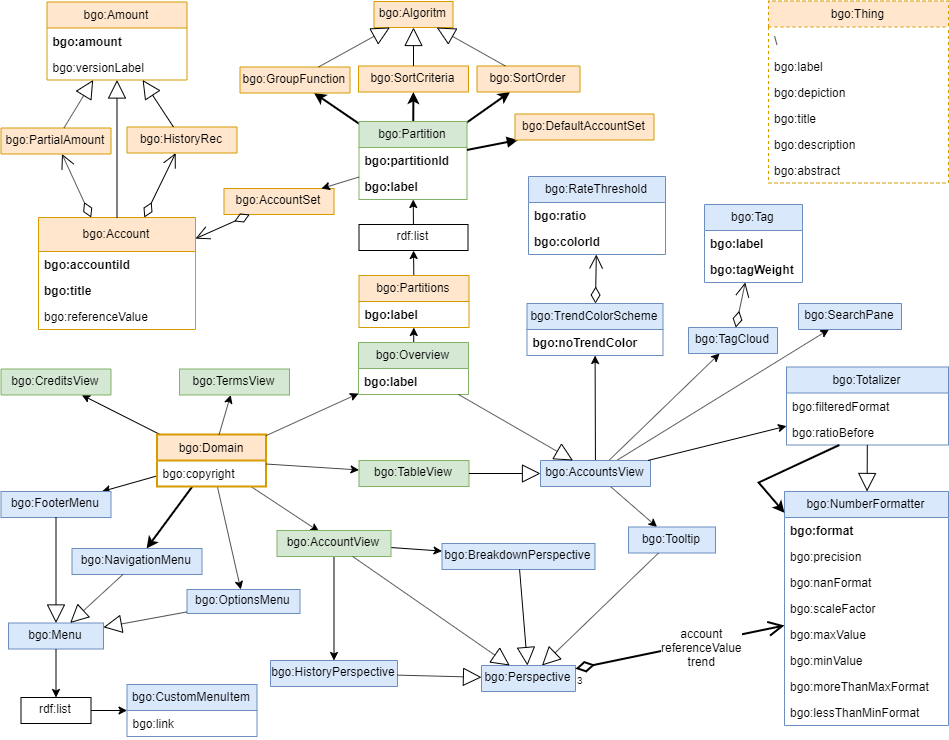
The draw.io diagram v1/bgo/doc/uml-diagram.png in linkeddatacenter/LODMAP-ontologies, before a commit. Source tidied: cells renumbered, new cells last; positions are measured from the earlier drawing's top-left corner, leaving out a move shared by most shapes.
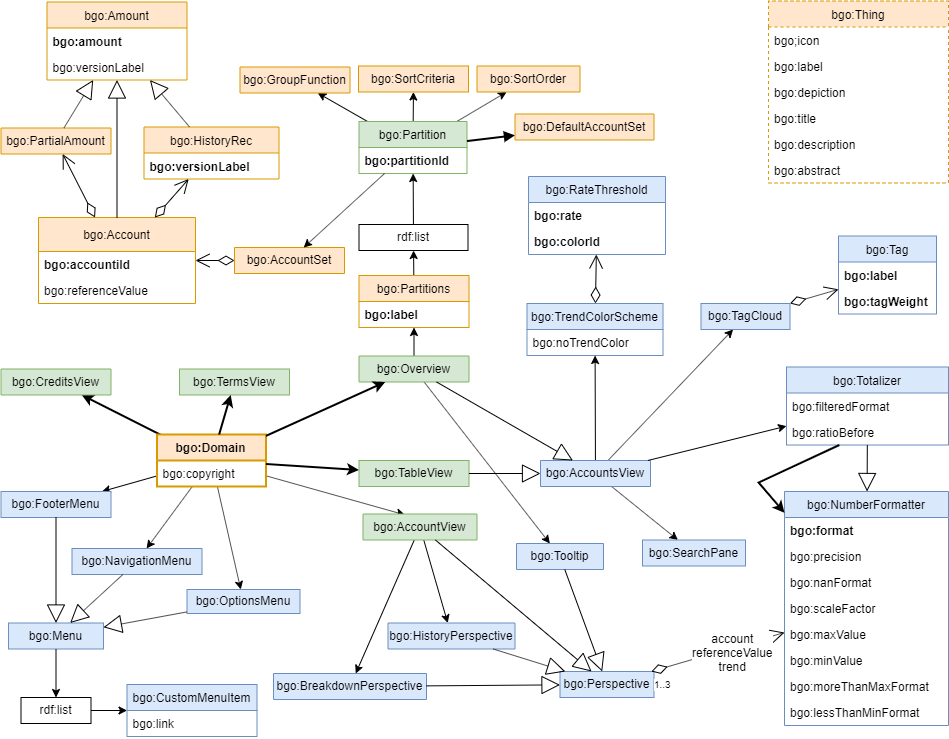
Later version of the same file.

The edit, as a diff of the source:
```diff
@@ -17,9 +17,12 @@
     <mxCell id="6" value="bgo:versionLabel" style="text;strokeColor=none;fillColor=none;align=left;verticalAlign=top;spacingLeft=4;spacingRight=4;overflow=hidden;fontStyle=0;" parent="4" vertex="1">
       <mxGeometry y="52" width="140" height="26" as="geometry" />
     </mxCell>
-    <mxCell id="7" value="bgo:HistoryRec" style="swimlane;fontStyle=0;horizontal=1;startSize=26;fillColor=#ffe6cc;swimlaneFillColor=#ffffff;strokeColor=#d79b00;" parent="1" vertex="1" collapsed="1">
-      <mxGeometry x="126.5" y="126.5" width="110" height="26" as="geometry" />
+    <mxCell id="7" value="bgo:HistoryRec" style="swimlane;fontStyle=0;horizontal=1;startSize=26;fillColor=#ffe6cc;swimlaneFillColor=#ffffff;strokeColor=#d79b00;" parent="1" vertex="1">
+      <mxGeometry x="143.5" y="126.5" width="135" height="52" as="geometry" />
     </mxCell>
+    <mxCell id="138" value="bgo:versionLabel" style="text;strokeColor=none;fillColor=none;align=left;verticalAlign=top;spacingLeft=4;spacingRight=4;overflow=hidden;fontStyle=1;" parent="7" vertex="1">
+      <mxGeometry y="26" width="135" height="26" as="geometry" />
+    </mxCell>
     <mxCell id="8" value="bgo:PartialAmount" style="swimlane;fontStyle=0;horizontal=1;startSize=26;fillColor=#ffe6cc;swimlaneFillColor=#ffffff;strokeColor=#d79b00;" parent="1" vertex="1" collapsed="1">
       <mxGeometry x="0.5" y="127.5" width="110" height="26" as="geometry" />
     </mxCell>
@@ -30,16 +33,13 @@
       <mxGeometry relative="1" as="geometry" />
     </mxCell>
     <mxCell id="11" value="bgo:Account" style="swimlane;fontStyle=0;horizontal=1;startSize=34;fillColor=#ffe6cc;swimlaneFillColor=#ffffff;strokeColor=#d79b00;" parent="1" vertex="1">
-      <mxGeometry x="38" y="217" width="157" height="112" as="geometry" />
+      <mxGeometry x="38" y="217" width="157" height="86" as="geometry" />
     </mxCell>
     <mxCell id="12" value="bgo:accountiId" style="text;strokeColor=none;fillColor=none;align=left;verticalAlign=top;spacingLeft=4;spacingRight=4;overflow=hidden;fontStyle=1;" parent="11" vertex="1">
       <mxGeometry y="34" width="157" height="26" as="geometry" />
     </mxCell>
-    <mxCell id="13" value="bgo:title" style="text;strokeColor=none;fillColor=none;align=left;verticalAlign=top;spacingLeft=4;spacingRight=4;overflow=hidden;dashed=1;fontStyle=1;" parent="11" vertex="1">
-      <mxGeometry y="60" width="157" height="26" as="geometry" />
-    </mxCell>
     <mxCell id="14" value="bgo:referenceValue" style="text;strokeColor=none;fillColor=none;align=left;verticalAlign=top;spacingLeft=4;spacingRight=4;overflow=hidden;" parent="11" vertex="1">
-      <mxGeometry y="86" width="157" height="26" as="geometry" />
+      <mxGeometry y="60" width="157" height="26" as="geometry" />
     </mxCell>
     <mxCell id="15" style="endArrow=block;endSize=16;endFill=0;html=1;" parent="1" edge="1" source="11" target="4">
       <mxGeometry x="-0.05" y="-7" relative="1" as="geometry" />
@@ -47,7 +47,7 @@
     <mxCell id="16" value="bgo:Thing" style="swimlane;fontStyle=0;horizontal=1;startSize=26;fillColor=#ffe6cc;swimlaneFillColor=#ffffff;strokeColor=#d79b00;dashed=1;" parent="1" vertex="1">
       <mxGeometry x="768" y="0.5" width="180" height="182" as="geometry" />
     </mxCell>
-    <mxCell id="17" value="\" style="text;strokeColor=none;fillColor=none;align=left;verticalAlign=top;spacingLeft=4;spacingRight=4;overflow=hidden;dashed=1;" parent="16" vertex="1">
+    <mxCell id="17" value="bgo;icon" style="text;strokeColor=none;fillColor=none;align=left;verticalAlign=top;spacingLeft=4;spacingRight=4;overflow=hidden;dashed=1;" parent="16" vertex="1">
       <mxGeometry y="26" width="180" height="26" as="geometry" />
     </mxCell>
     <mxCell id="18" value="bgo:label" style="text;strokeColor=none;fillColor=none;align=left;verticalAlign=top;spacingLeft=4;spacingRight=4;overflow=hidden;dashed=1;fontStyle=0;" parent="16" vertex="1">
@@ -76,13 +76,13 @@
     <mxCell id="25" style="html=1;align=right;verticalAlign=top;labelBackgroundColor=#ffffff;fontSize=10;" parent="23" vertex="1">
       <mxGeometry x="1" relative="1" as="geometry" />
     </mxCell>
-    <mxCell id="26" style="edgeStyle=none;rounded=0;jettySize=auto;html=1;strokeWidth=1;" parent="1" edge="1" source="32" target="62">
+    <mxCell id="26" style="edgeStyle=none;rounded=0;jettySize=auto;html=1;strokeWidth=2;" parent="1" edge="1" source="32" target="62">
       <mxGeometry relative="1" as="geometry" />
     </mxCell>
     <mxCell id="27" style="edgeStyle=none;rounded=0;jettySize=auto;html=1;" parent="1" edge="1" source="32" target="65">
       <mxGeometry relative="1" as="geometry" />
     </mxCell>
-    <mxCell id="28" style="edgeStyle=none;rounded=0;jettySize=auto;html=1;strokeWidth=2;" parent="1" edge="1" source="32" target="64">
+    <mxCell id="28" style="edgeStyle=none;rounded=0;jettySize=auto;html=1;strokeWidth=1;" parent="1" edge="1" source="32" target="64">
       <mxGeometry relative="1" as="geometry" />
     </mxCell>
     <mxCell id="29" style="edgeStyle=none;rounded=0;jettySize=auto;html=1;" parent="1" edge="1" source="32" target="66">
@@ -91,17 +91,17 @@
     <mxCell id="30" style="edgeStyle=none;rounded=0;jettySize=auto;html=1;strokeWidth=1;entryX=0.368;entryY=0.034;entryDx=0;entryDy=0;entryPerimeter=0;" parent="1" edge="1" source="32" target="107">
       <mxGeometry relative="1" as="geometry" />
     </mxCell>
-    <mxCell id="31" style="edgeStyle=none;rounded=0;jettySize=auto;html=1;strokeWidth=1;" parent="1" edge="1" source="60" target="110">
+    <mxCell id="31" style="edgeStyle=none;rounded=0;jettySize=auto;html=1;strokeWidth=1;" parent="1" edge="1" source="57" target="110">
       <mxGeometry relative="1" as="geometry" />
     </mxCell>
-    <mxCell id="32" value="bgo:Domain" style="swimlane;fontStyle=0;horizontal=1;startSize=26;fillColor=#ffe6cc;swimlaneFillColor=#ffffff;strokeColor=#d79b00;strokeWidth=2;" parent="1" vertex="1">
+    <mxCell id="32" value="bgo:Domain" style="swimlane;fontStyle=1;horizontal=1;startSize=26;fillColor=#ffe6cc;swimlaneFillColor=#ffffff;strokeColor=#d79b00;strokeWidth=2;" parent="1" vertex="1">
       <mxGeometry x="156.5" y="434" width="109" height="52" as="geometry" />
     </mxCell>
     <mxCell id="33" value="bgo:copyright" style="text;strokeColor=none;fillColor=none;align=left;verticalAlign=top;spacingLeft=4;spacingRight=4;overflow=hidden;" parent="32" vertex="1">
       <mxGeometry y="26" width="109" height="26" as="geometry" />
     </mxCell>
     <mxCell id="34" value="bgo:AccountSet" style="swimlane;fontStyle=0;horizontal=1;startSize=26;fillColor=#ffe6cc;swimlaneFillColor=#ffffff;strokeColor=#d79b00;" parent="1" vertex="1" collapsed="1">
-      <mxGeometry x="223.5" y="188" width="110" height="26" as="geometry" />
+      <mxGeometry x="234" y="247" width="110" height="26" as="geometry" />
     </mxCell>
     <mxCell id="35" style="endArrow=open;html=1;endSize=12;startArrow=diamondThin;startSize=14;startFill=0;" parent="1" edge="1" source="34" target="11">
       <mxGeometry relative="1" as="geometry" />
@@ -114,24 +114,21 @@
     <mxCell id="37" style="html=1;align=right;verticalAlign=top;labelBackgroundColor=#ffffff;fontSize=10;" parent="35" vertex="1">
       <mxGeometry x="1" relative="1" as="geometry" />
     </mxCell>
-    <mxCell id="38" style="edgeStyle=none;rounded=0;jettySize=auto;html=1;strokeWidth=2;" parent="1" edge="1" source="41" target="48">
+    <mxCell id="38" style="edgeStyle=none;rounded=0;jettySize=auto;html=1;strokeWidth=1;" parent="1" edge="1" source="41" target="48">
       <mxGeometry relative="1" as="geometry" />
     </mxCell>
-    <mxCell id="39" style="edgeStyle=none;rounded=0;jettySize=auto;html=1;strokeWidth=2;" parent="1" edge="1" source="41" target="47">
+    <mxCell id="39" style="edgeStyle=none;rounded=0;jettySize=auto;html=1;strokeWidth=1;" parent="1" edge="1" source="41" target="47">
       <mxGeometry relative="1" as="geometry" />
     </mxCell>
-    <mxCell id="40" style="edgeStyle=none;rounded=0;jettySize=auto;html=1;strokeWidth=2;" parent="1" edge="1" source="41" target="46">
+    <mxCell id="40" style="edgeStyle=none;rounded=0;jettySize=auto;html=1;strokeWidth=1;" parent="1" edge="1" source="41" target="46">
       <mxGeometry relative="1" as="geometry" />
     </mxCell>
     <mxCell id="41" value="bgo:Partition" style="swimlane;fontStyle=0;horizontal=1;startSize=26;fillColor=#d5e8d4;swimlaneFillColor=#ffffff;strokeColor=#82b366;" parent="1" vertex="1">
-      <mxGeometry x="358.5" y="121" width="108" height="78" as="geometry" />
+      <mxGeometry x="358.5" y="121" width="108" height="52" as="geometry" />
     </mxCell>
     <mxCell id="42" value="bgo:partitionId" style="text;strokeColor=none;fillColor=none;align=left;verticalAlign=top;spacingLeft=4;spacingRight=4;overflow=hidden;fontStyle=1;" parent="41" vertex="1">
       <mxGeometry y="26" width="108" height="26" as="geometry" />
     </mxCell>
-    <mxCell id="43" value="bgo:label" style="text;strokeColor=none;fillColor=none;align=left;verticalAlign=top;spacingLeft=4;spacingRight=4;overflow=hidden;dashed=1;fontStyle=1;" parent="41" vertex="1">
-      <mxGeometry y="52" width="108" height="26" as="geometry" />
-    </mxCell>
     <mxCell id="44" style="endArrow=block;endFill=1;html=1;align=left;verticalAlign=top;strokeWidth=2;" parent="1" edge="1" source="41" target="53">
       <mxGeometry x="-0.7" y="-4" relative="1" as="geometry" />
     </mxCell>
@@ -147,18 +144,6 @@
     <mxCell id="48" value="bgo:SortOrder" style="swimlane;fontStyle=0;horizontal=1;startSize=26;fillColor=#ffe6cc;swimlaneFillColor=#ffffff;strokeColor=#d79b00;" parent="1" vertex="1" collapsed="1">
       <mxGeometry x="476.5" y="65.5" width="103" height="26" as="geometry" />
     </mxCell>
-    <mxCell id="49" value="bgo:Algoritm" style="swimlane;fontStyle=0;horizontal=1;startSize=26;fillColor=#ffe6cc;swimlaneFillColor=#ffffff;strokeColor=#d79b00;" parent="1" vertex="1" collapsed="1">
-      <mxGeometry x="373.5" y="1" width="79" height="26" as="geometry" />
-    </mxCell>
-    <mxCell id="50" style="endArrow=block;endSize=16;endFill=0;html=1;" parent="1" edge="1" source="46" target="49">
-      <mxGeometry relative="1" as="geometry" />
-    </mxCell>
-    <mxCell id="51" style="endArrow=block;endSize=16;endFill=0;html=1;" parent="1" edge="1" source="47" target="49">
-      <mxGeometry relative="1" as="geometry" />
-    </mxCell>
-    <mxCell id="52" style="endArrow=block;endSize=16;endFill=0;html=1;" parent="1" edge="1" source="48" target="49">
-      <mxGeometry relative="1" as="geometry" />
-    </mxCell>
     <mxCell id="53" value="bgo:DefaultAccountSet" style="swimlane;fontStyle=0;horizontal=1;startSize=26;fillColor=#ffe6cc;swimlaneFillColor=#ffffff;strokeColor=#d79b00;" parent="1" vertex="1" collapsed="1">
       <mxGeometry x="514.5" y="113.5" width="139" height="26" as="geometry" />
     </mxCell>
@@ -171,12 +156,9 @@
     <mxCell id="56" style="edgeStyle=none;rounded=0;jettySize=auto;html=1;" parent="1" edge="1" source="57" target="93">
       <mxGeometry relative="1" as="geometry" />
     </mxCell>
-    <mxCell id="57" value="bgo:Overview" style="swimlane;fontStyle=0;horizontal=1;startSize=26;fillColor=#d5e8d4;swimlaneFillColor=#ffffff;strokeColor=#82b366;" parent="1" vertex="1">
-      <mxGeometry x="358" y="342" width="110" height="52" as="geometry" />
+    <mxCell id="57" value="bgo:Overview" style="swimlane;fontStyle=0;horizontal=1;startSize=26;fillColor=#d5e8d4;swimlaneFillColor=#ffffff;strokeColor=#82b366;" parent="1" vertex="1" collapsed="1">
+      <mxGeometry x="358.5" y="355.5" width="110" height="26" as="geometry" />
     </mxCell>
-    <mxCell id="58" value="bgo:label" style="text;strokeColor=none;fillColor=none;align=left;verticalAlign=top;spacingLeft=4;spacingRight=4;overflow=hidden;dashed=1;fontStyle=1;" parent="57" vertex="1">
-      <mxGeometry y="26" width="110" height="26" as="geometry" />
-    </mxCell>
     <mxCell id="59" style="edgeStyle=none;rounded=0;jettySize=auto;html=1;" parent="1" edge="1" source="60" target="78">
       <mxGeometry relative="1" as="geometry" />
     </mxCell>
@@ -184,7 +166,7 @@
       <mxGeometry x="540" y="460" width="110" height="26" as="geometry" />
     </mxCell>
     <mxCell id="61" value="bgo:HistoryPerspective" style="swimlane;fontStyle=0;horizontal=1;startSize=26;fillColor=#dae8fc;swimlaneFillColor=#ffffff;strokeColor=#6c8ebf;" parent="1" vertex="1" collapsed="1">
-      <mxGeometry x="270" y="660" width="127" height="26" as="geometry" />
+      <mxGeometry x="387.5" y="622.5" width="127" height="26" as="geometry" />
     </mxCell>
     <mxCell id="62" value="bgo:CreditsView" style="swimlane;fontStyle=0;horizontal=1;startSize=26;fillColor=#d5e8d4;swimlaneFillColor=#ffffff;strokeColor=#82b366;" parent="1" vertex="1" collapsed="1">
       <mxGeometry x="0.5" y="368.5" width="110" height="26" as="geometry" />
@@ -235,27 +217,27 @@
       <mxGeometry y="26" width="130" height="26" as="geometry" />
     </mxCell>
     <mxCell id="78" value="bgo:SearchPane" style="swimlane;fontStyle=0;horizontal=1;startSize=26;fillColor=#dae8fc;swimlaneFillColor=#ffffff;strokeColor=#6c8ebf;" parent="1" vertex="1" collapsed="1">
-      <mxGeometry x="798" y="303" width="103" height="26" as="geometry" />
+      <mxGeometry x="642" y="539.5" width="103" height="26" as="geometry" />
     </mxCell>
     <mxCell id="79" value="bgo:TagCloud" style="swimlane;fontStyle=0;horizontal=1;startSize=26;fillColor=#dae8fc;swimlaneFillColor=#ffffff;strokeColor=#6c8ebf;" parent="1" vertex="1" collapsed="1">
-      <mxGeometry x="688" y="327" width="89" height="26" as="geometry" />
+      <mxGeometry x="700.5" y="303" width="89" height="26" as="geometry" />
     </mxCell>
     <mxCell id="80" value="bgo:TrendColorScheme" style="swimlane;fontStyle=0;horizontal=1;startSize=26;fillColor=#dae8fc;swimlaneFillColor=#ffffff;strokeColor=#6c8ebf;" parent="1" vertex="1">
       <mxGeometry x="526.5" y="303" width="136" height="52" as="geometry" />
     </mxCell>
-    <mxCell id="81" value="bgo:noTrendColor" style="text;strokeColor=none;fillColor=none;align=left;verticalAlign=top;spacingLeft=4;spacingRight=4;overflow=hidden;fontStyle=1;" parent="80" vertex="1">
+    <mxCell id="81" value="bgo:noTrendColor" style="text;strokeColor=none;fillColor=none;align=left;verticalAlign=top;spacingLeft=4;spacingRight=4;overflow=hidden;fontStyle=0;" parent="80" vertex="1">
       <mxGeometry y="26" width="136" height="26" as="geometry" />
     </mxCell>
     <mxCell id="82" style="edgeStyle=none;rounded=0;orthogonalLoop=1;jettySize=auto;html=1;exitX=0.75;exitY=1;exitDx=0;exitDy=0;" parent="1" edge="1" source="61" target="61">
       <mxGeometry relative="1" as="geometry" />
     </mxCell>
-    <mxCell id="83" style="edgeStyle=none;rounded=0;jettySize=auto;html=1;" parent="1" edge="1" source="32" target="57">
+    <mxCell id="83" style="edgeStyle=none;rounded=0;jettySize=auto;html=1;strokeWidth=2;" parent="1" edge="1" source="32" target="57">
       <mxGeometry relative="1" as="geometry" />
     </mxCell>
-    <mxCell id="84" style="edgeStyle=none;rounded=0;jettySize=auto;html=1;" parent="1" edge="1" source="32" target="90">
+    <mxCell id="84" style="edgeStyle=none;rounded=0;jettySize=auto;html=1;strokeWidth=2;" parent="1" edge="1" source="32" target="90">
       <mxGeometry relative="1" as="geometry" />
     </mxCell>
-    <mxCell id="85" style="edgeStyle=none;rounded=0;jettySize=auto;html=1;strokeWidth=1;" parent="1" edge="1" source="32" target="63">
+    <mxCell id="85" style="edgeStyle=none;rounded=0;jettySize=auto;html=1;strokeWidth=2;" parent="1" edge="1" source="32" target="63">
       <mxGeometry relative="1" as="geometry" />
     </mxCell>
     <mxCell id="86" style="endArrow=open;html=1;endSize=12;startArrow=diamondThin;startSize=14;startFill=0;" parent="1" edge="1" source="11" target="8">
@@ -290,7 +272,7 @@
     <mxCell id="95" value="bgo:RateThreshold" style="swimlane;fontStyle=0;horizontal=1;startSize=26;fillColor=#dae8fc;swimlaneFillColor=#ffffff;strokeColor=#6c8ebf;" parent="1" vertex="1">
       <mxGeometry x="528" y="176" width="137" height="78" as="geometry" />
     </mxCell>
-    <mxCell id="96" value="bgo:ratio" style="text;strokeColor=none;fillColor=none;align=left;verticalAlign=top;spacingLeft=4;spacingRight=4;overflow=hidden;fontStyle=1;" parent="95" vertex="1">
+    <mxCell id="96" value="bgo:rate" style="text;strokeColor=none;fillColor=none;align=left;verticalAlign=top;spacingLeft=4;spacingRight=4;overflow=hidden;fontStyle=1;" parent="95" vertex="1">
       <mxGeometry y="26" width="137" height="26" as="geometry" />
     </mxCell>
     <mxCell id="97" value="bgo:colorId" style="text;strokeColor=none;fillColor=none;align=left;verticalAlign=top;spacingLeft=4;spacingRight=4;overflow=hidden;fontStyle=1;" parent="95" vertex="1">
@@ -308,7 +290,7 @@
       <mxGeometry x="1" relative="1" as="geometry" />
     </mxCell>
     <mxCell id="101" value="bgo:Tag" style="swimlane;fontStyle=0;horizontal=1;startSize=26;fillColor=#dae8fc;swimlaneFillColor=#ffffff;strokeColor=#6c8ebf;" parent="1" vertex="1">
-      <mxGeometry x="704" y="204" width="98" height="78" as="geometry" />
+      <mxGeometry x="838" y="235.5" width="98" height="78" as="geometry" />
     </mxCell>
     <mxCell id="102" value="bgo:label" style="text;strokeColor=none;fillColor=none;align=left;verticalAlign=top;spacingLeft=4;spacingRight=4;overflow=hidden;dashed=1;fontStyle=1;" parent="101" vertex="1">
       <mxGeometry y="26" width="98" height="26" as="geometry" />
@@ -328,16 +310,16 @@
       <mxGeometry x="1" relative="1" as="geometry" />
     </mxCell>
     <mxCell id="107" value="bgo:AccountView" style="swimlane;fontStyle=0;horizontal=1;startSize=34;fillColor=#d5e8d4;swimlaneFillColor=#ffffff;strokeColor=#82b366;" parent="1" vertex="1" collapsed="1">
-      <mxGeometry x="276.5" y="530" width="114" height="26" as="geometry" />
+      <mxGeometry x="362.5" y="513.5" width="114" height="26" as="geometry" />
     </mxCell>
     <mxCell id="108" style="edgeStyle=none;rounded=0;jettySize=auto;html=1;" parent="1" edge="1" source="41" target="34">
       <mxGeometry relative="1" as="geometry" />
     </mxCell>
     <mxCell id="109" value="bgo:BreakdownPerspective" style="swimlane;fontStyle=0;horizontal=1;startSize=26;fillColor=#dae8fc;swimlaneFillColor=#ffffff;strokeColor=#6c8ebf;" parent="1" vertex="1" collapsed="1">
-      <mxGeometry x="441.5" y="543" width="153" height="26" as="geometry" />
+      <mxGeometry x="273" y="673" width="153" height="26" as="geometry" />
     </mxCell>
     <mxCell id="110" value="bgo:Tooltip" style="swimlane;fontStyle=0;horizontal=1;startSize=34;fillColor=#dae8fc;swimlaneFillColor=#ffffff;strokeColor=#6c8ebf;" parent="1" vertex="1" collapsed="1">
-      <mxGeometry x="628" y="526.5" width="87" height="26" as="geometry" />
+      <mxGeometry x="516" y="543" width="87" height="26" as="geometry" />
     </mxCell>
     <mxCell id="111" style="edgeStyle=none;rounded=0;orthogonalLoop=1;jettySize=auto;html=1;exitX=0.75;exitY=1;exitDx=0;exitDy=0;strokeWidth=1;" parent="1" edge="1" source="79" target="79">
       <mxGeometry relative="1" as="geometry" />
@@ -388,7 +370,7 @@
       <mxGeometry relative="1" as="geometry" />
     </mxCell>
     <mxCell id="127" value="bgo:Perspective" style="swimlane;fontStyle=0;horizontal=1;startSize=34;fillColor=#dae8fc;swimlaneFillColor=#ffffff;strokeColor=#6c8ebf;" parent="1" vertex="1" collapsed="1">
-      <mxGeometry x="481" y="665" width="94" height="26" as="geometry" />
+      <mxGeometry x="559.5" y="671" width="94" height="26" as="geometry" />
     </mxCell>
     <mxCell id="128" style="endArrow=block;endSize=16;endFill=0;html=1;" parent="1" edge="1" source="109" target="127">
       <mxGeometry relative="1" as="geometry" />
@@ -402,10 +384,10 @@
     <mxCell id="131" style="endArrow=block;endSize=16;endFill=0;html=1;" parent="1" edge="1" source="107" target="127">
       <mxGeometry relative="1" as="geometry" />
     </mxCell>
-    <mxCell id="132" style="endArrow=open;html=1;endSize=12;startArrow=diamondThin;startSize=14;startFill=0;strokeWidth=2;" parent="1" edge="1" source="127" target="113">
+    <mxCell id="132" style="endArrow=open;html=1;endSize=12;startArrow=diamondThin;startSize=14;startFill=0;strokeWidth=1;" parent="1" edge="1" source="127" target="113">
       <mxGeometry relative="1" as="geometry" />
     </mxCell>
-    <mxCell id="133" value="3" style="html=1;align=left;verticalAlign=top;labelBackgroundColor=#ffffff;fontSize=10;" parent="132" vertex="1">
+    <mxCell id="133" value="1..3" style="html=1;align=left;verticalAlign=top;labelBackgroundColor=#ffffff;fontSize=10;" parent="132" vertex="1">
       <mxGeometry x="-1" relative="1" as="geometry" />
     </mxCell>
     <mxCell id="134" style="html=1;align=right;verticalAlign=top;labelBackgroundColor=#ffffff;fontSize=10;" parent="132" vertex="1">
```
